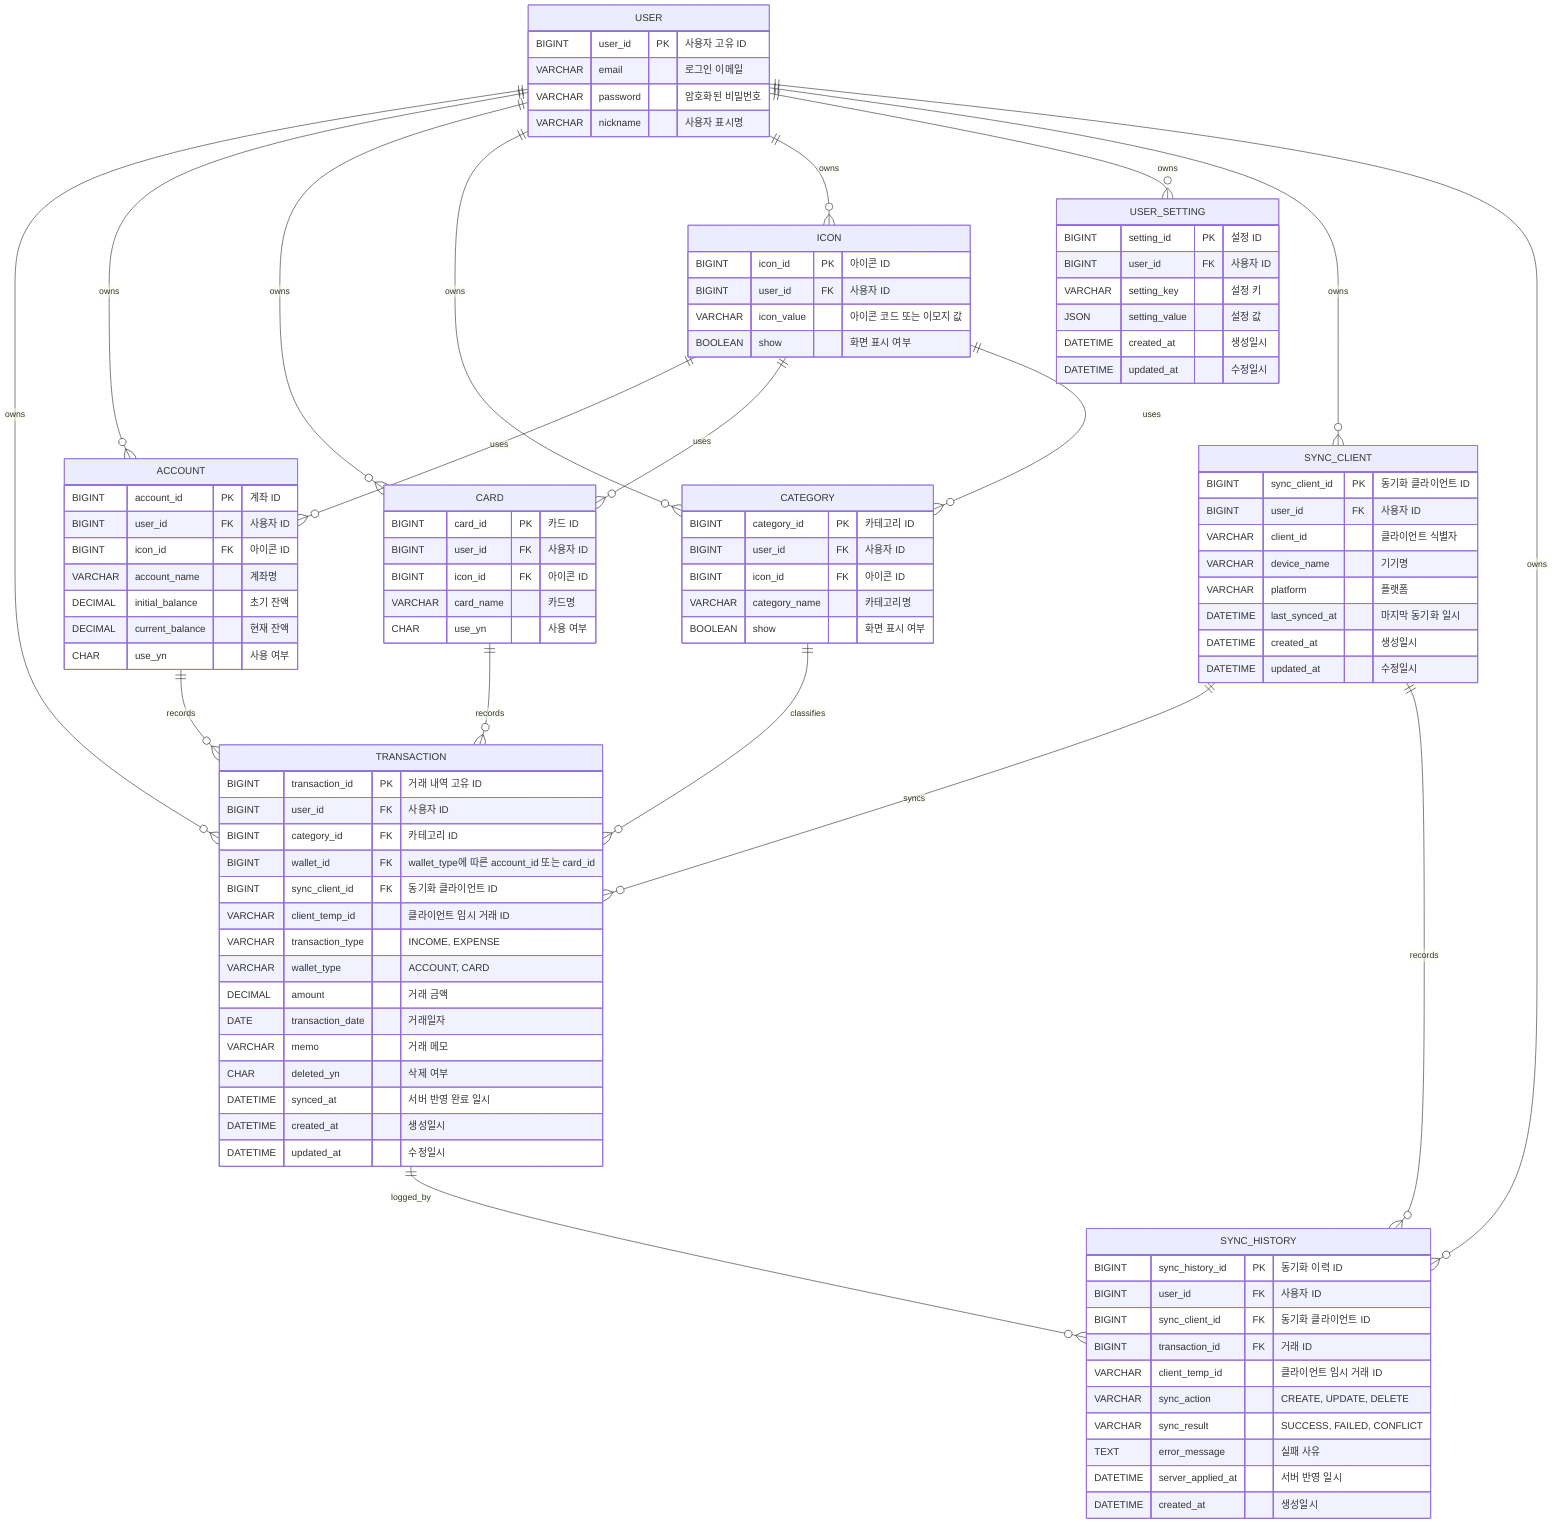
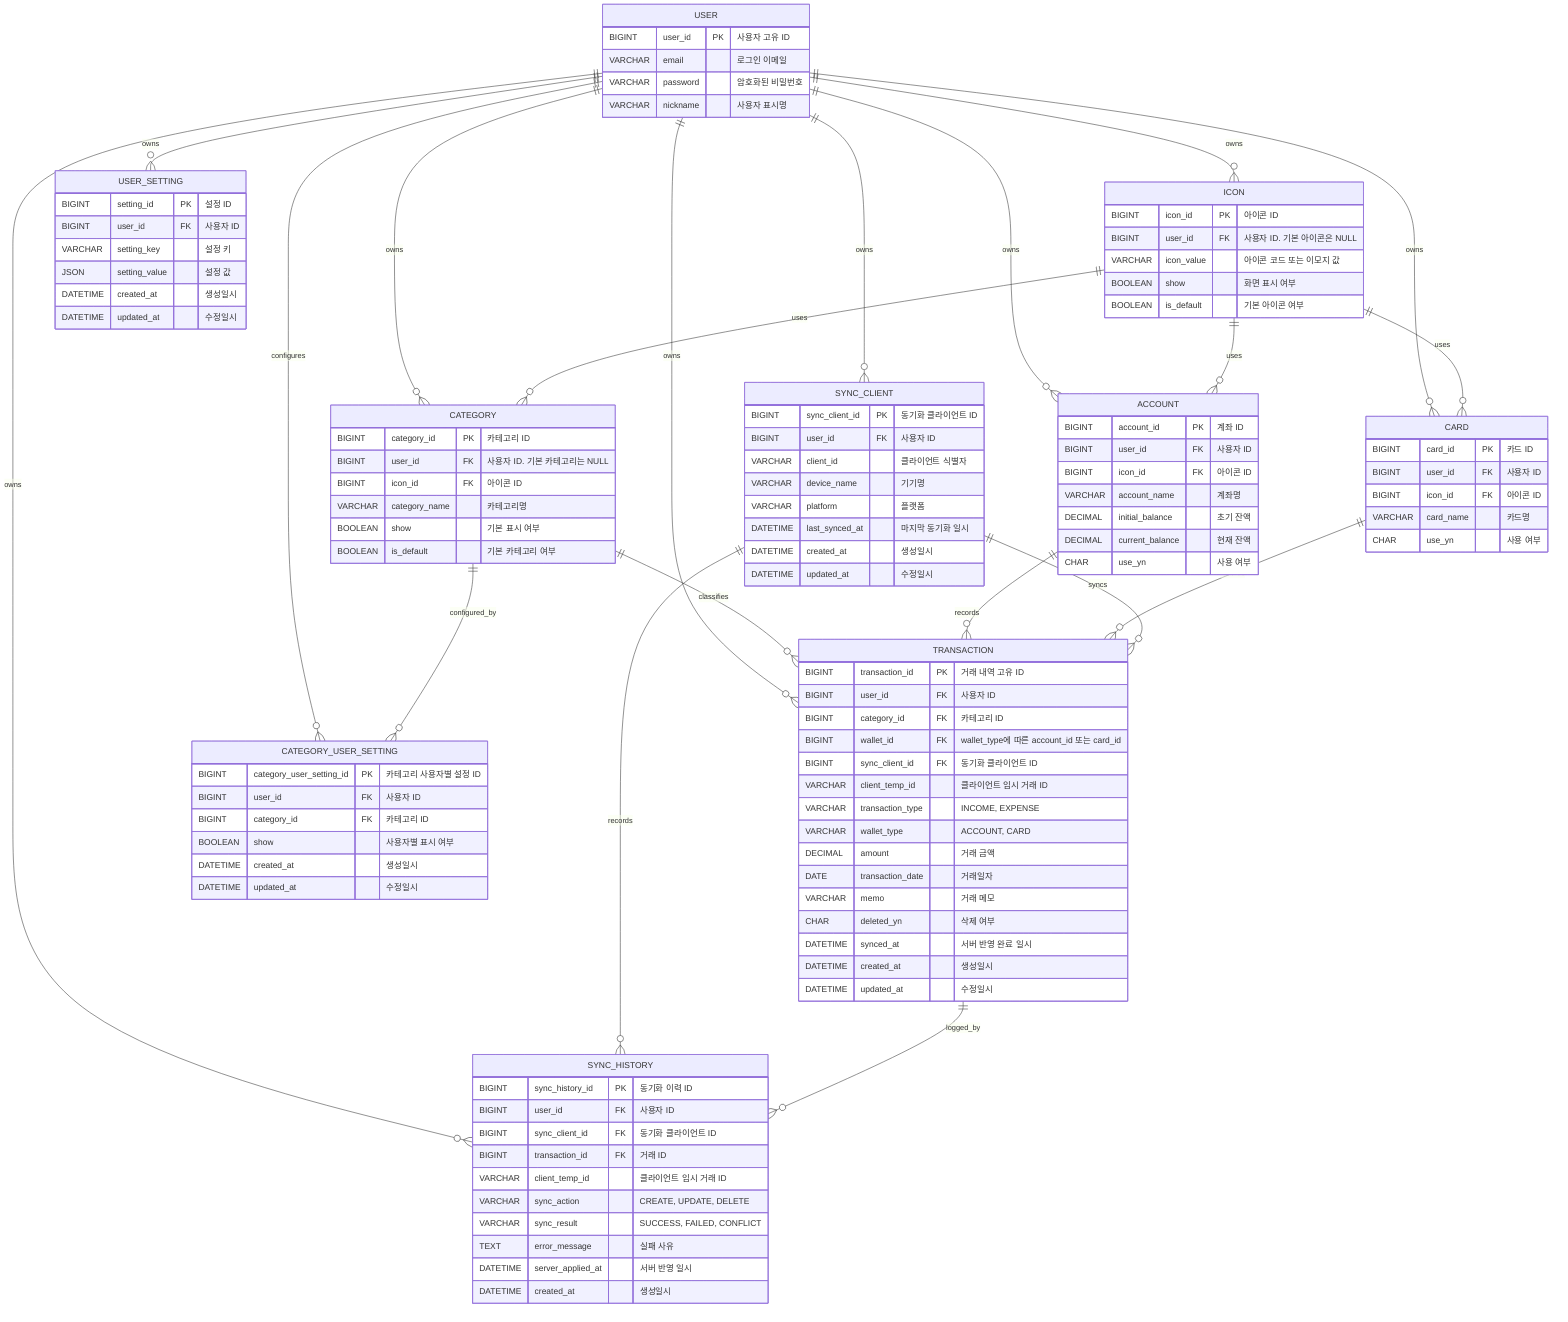
```mermaid
erDiagram

    USER ||--o{ TRANSACTION : owns
    USER ||--o{ ACCOUNT : owns
    USER ||--o{ CARD : owns
    USER ||--o{ CATEGORY : owns
+     USER ||--o{ CATEGORY_USER_SETTING : configures
    USER ||--o{ ICON : owns
    USER ||--o{ USER_SETTING : owns
    USER ||--o{ SYNC_CLIENT : owns
    USER ||--o{ SYNC_HISTORY : owns

    CATEGORY ||--o{ TRANSACTION : classifies
+     CATEGORY ||--o{ CATEGORY_USER_SETTING : configured_by

    ACCOUNT ||--o{ TRANSACTION : records
    CARD ||--o{ TRANSACTION : records
    SYNC_CLIENT ||--o{ TRANSACTION : syncs
    SYNC_CLIENT ||--o{ SYNC_HISTORY : records
    TRANSACTION ||--o{ SYNC_HISTORY : logged_by

    ICON ||--o{ ACCOUNT : uses
    ICON ||--o{ CARD : uses
    ICON ||--o{ CATEGORY : uses

    USER {
        BIGINT user_id PK "사용자 고유 ID"
        VARCHAR email "로그인 이메일"
        VARCHAR password "암호화된 비밀번호"
        VARCHAR nickname "사용자 표시명"
    }

    TRANSACTION {
        BIGINT transaction_id PK "거래 내역 고유 ID"
        BIGINT user_id FK "사용자 ID"
        BIGINT category_id FK "카테고리 ID"
        BIGINT wallet_id FK "wallet_type에 따른 account_id 또는 card_id"
        BIGINT sync_client_id FK "동기화 클라이언트 ID"
        VARCHAR client_temp_id "클라이언트 임시 거래 ID"
        VARCHAR transaction_type "INCOME, EXPENSE"
        VARCHAR wallet_type "ACCOUNT, CARD"
        DECIMAL amount "거래 금액"
        DATE transaction_date "거래일자"
        VARCHAR memo "거래 메모"
        CHAR deleted_yn "삭제 여부"
        DATETIME synced_at "서버 반영 완료 일시"
        DATETIME created_at "생성일시"
        DATETIME updated_at "수정일시"
    }

    ACCOUNT {
        BIGINT account_id PK "계좌 ID"
        BIGINT user_id FK "사용자 ID"
        BIGINT icon_id FK "아이콘 ID"
        VARCHAR account_name "계좌명"
        DECIMAL initial_balance "초기 잔액"
        DECIMAL current_balance "현재 잔액"
        CHAR use_yn "사용 여부"
    }

    CARD {
        BIGINT card_id PK "카드 ID"
        BIGINT user_id FK "사용자 ID"
        BIGINT icon_id FK "아이콘 ID"
        VARCHAR card_name "카드명"
        CHAR use_yn "사용 여부"
    }

    CATEGORY {
        BIGINT category_id PK "카테고리 ID"
-         BIGINT user_id FK "사용자 ID"
+         BIGINT user_id FK "사용자 ID. 기본 카테고리는 NULL"
        BIGINT icon_id FK "아이콘 ID"
        VARCHAR category_name "카테고리명"
-         BOOLEAN show "화면 표시 여부"
+         BOOLEAN show "기본 표시 여부"
+         BOOLEAN is_default "기본 카테고리 여부"
+     }
+ 
+     CATEGORY_USER_SETTING {
+         BIGINT category_user_setting_id PK "카테고리 사용자별 설정 ID"
+         BIGINT user_id FK "사용자 ID"
+         BIGINT category_id FK "카테고리 ID"
+         BOOLEAN show "사용자별 표시 여부"
+         DATETIME created_at "생성일시"
+         DATETIME updated_at "수정일시"
    }

    ICON {
        BIGINT icon_id PK "아이콘 ID"
-         BIGINT user_id FK "사용자 ID"
+         BIGINT user_id FK "사용자 ID. 기본 아이콘은 NULL"
        VARCHAR icon_value "아이콘 코드 또는 이모지 값"
        BOOLEAN show "화면 표시 여부"
+         BOOLEAN is_default "기본 아이콘 여부"
    }

    USER_SETTING {
        BIGINT setting_id PK "설정 ID"
        BIGINT user_id FK "사용자 ID"
        VARCHAR setting_key "설정 키"
        JSON setting_value "설정 값"
        DATETIME created_at "생성일시"
        DATETIME updated_at "수정일시"
    }

    SYNC_CLIENT {
        BIGINT sync_client_id PK "동기화 클라이언트 ID"
        BIGINT user_id FK "사용자 ID"
        VARCHAR client_id "클라이언트 식별자"
        VARCHAR device_name "기기명"
        VARCHAR platform "플랫폼"
        DATETIME last_synced_at "마지막 동기화 일시"
        DATETIME created_at "생성일시"
        DATETIME updated_at "수정일시"
    }

    SYNC_HISTORY {
        BIGINT sync_history_id PK "동기화 이력 ID"
        BIGINT user_id FK "사용자 ID"
        BIGINT sync_client_id FK "동기화 클라이언트 ID"
        BIGINT transaction_id FK "거래 ID"
        VARCHAR client_temp_id "클라이언트 임시 거래 ID"
        VARCHAR sync_action "CREATE, UPDATE, DELETE"
        VARCHAR sync_result "SUCCESS, FAILED, CONFLICT"
        TEXT error_message "실패 사유"
        DATETIME server_applied_at "서버 반영 일시"
        DATETIME created_at "생성일시"
    }
```
